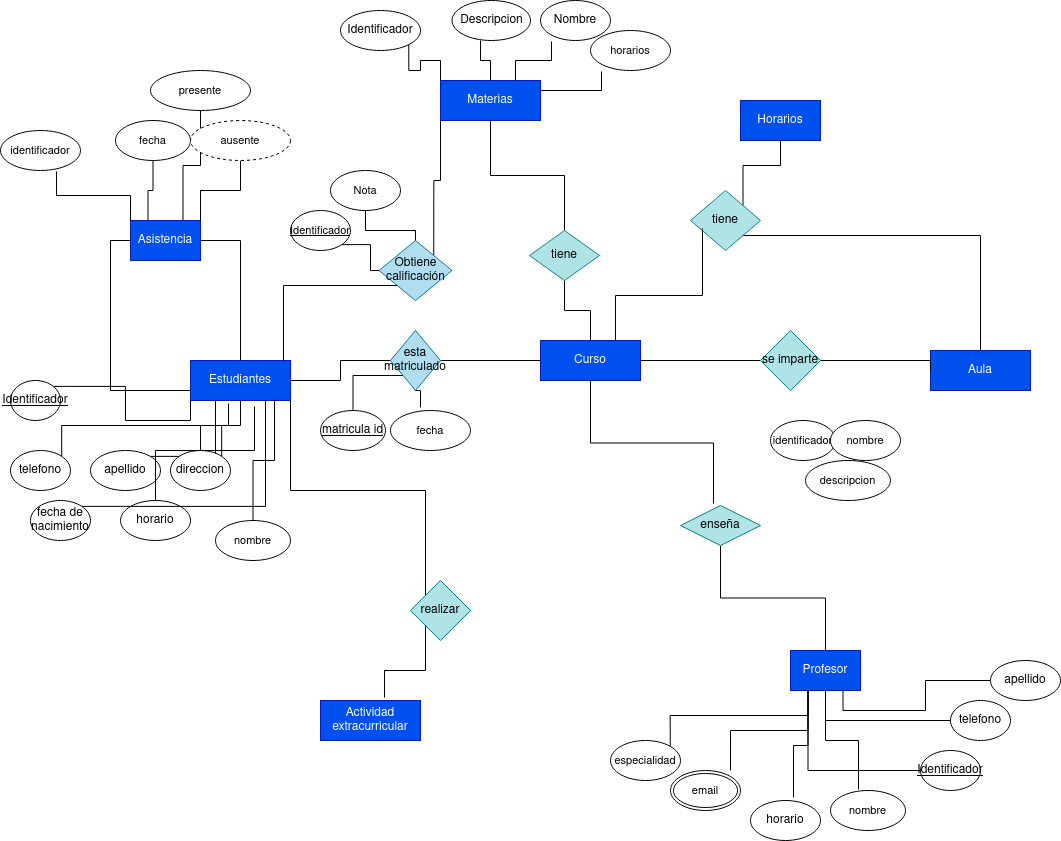
CRhernandez1/base-datos keeps this draw.io diagram as Unidad-1/Tareas/Tareas entregables - Tarea 1/Tarea entregable - 1.drawio.png. Above is the earlier version. Source tidied: cells renumbered, new cells last; positions are measured from the earlier drawing's top-left corner, leaving out a move shared by most shapes.
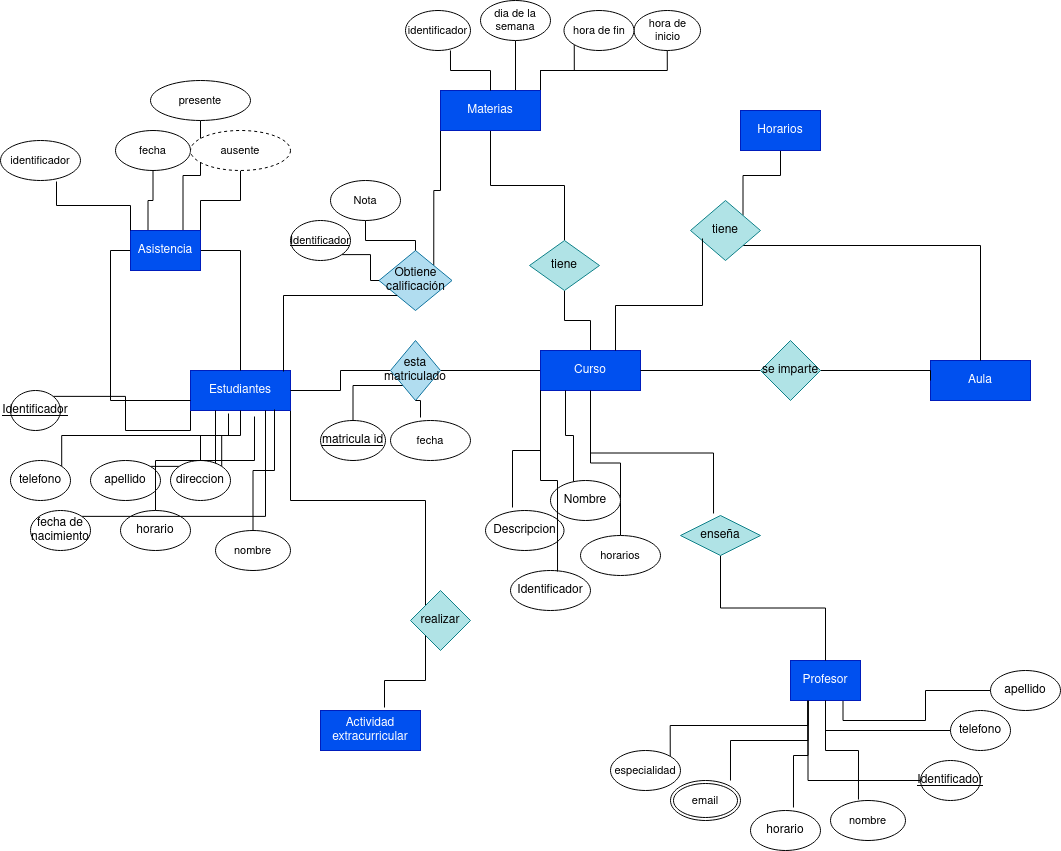
The same file after the commit.

What changed in the source:
```diff
@@ -8,6 +8,9 @@
     <mxCell id="3" style="edgeStyle=orthogonalEdgeStyle;rounded=0;jettySize=auto;html=1;exitX=0.5;exitY=0;exitDx=0;exitDy=0;entryX=0.5;entryY=1;entryDx=0;entryDy=0;endArrow=none;endFill=0;" parent="1" edge="1" source="4" target="20">
       <mxGeometry relative="1" as="geometry" />
     </mxCell>
+    <mxCell id="90" style="edgeStyle=orthogonalEdgeStyle;shape=connector;rounded=0;jettySize=auto;html=1;exitX=0.5;exitY=1;exitDx=0;exitDy=0;entryX=0.5;entryY=0;entryDx=0;entryDy=0;labelBackgroundColor=default;strokeColor=default;align=center;verticalAlign=middle;fontFamily=Helvetica;fontSize=11;fontColor=default;endArrow=none;endFill=0;" parent="1" edge="1" source="4" target="85">
+      <mxGeometry relative="1" as="geometry" />
+    </mxCell>
     <mxCell id="4" value="Curso" style="whiteSpace=wrap;html=1;align=center;fillColor=#0050ef;strokeColor=#001DBC;fontColor=#ffffff;" parent="1" vertex="1">
       <mxGeometry x="540" y="340" width="100" height="40" as="geometry" />
     </mxCell>
@@ -62,9 +65,15 @@
     <mxCell id="21" style="edgeStyle=orthogonalEdgeStyle;rounded=0;jettySize=auto;html=1;exitX=0;exitY=1;exitDx=0;exitDy=0;entryX=1;entryY=0;entryDx=0;entryDy=0;endArrow=none;endFill=0;" parent="1" edge="1" source="23" target="43">
       <mxGeometry relative="1" as="geometry" />
     </mxCell>
-    <mxCell id="22" style="edgeStyle=orthogonalEdgeStyle;rounded=0;jettySize=auto;html=1;exitX=0;exitY=0;exitDx=0;exitDy=0;entryX=1;entryY=1;entryDx=0;entryDy=0;endArrow=none;endFill=0;" parent="1" edge="1" source="23" target="49">
-      <mxGeometry relative="1" as="geometry" />
-    </mxCell>
+    <mxCell id="91" style="edgeStyle=orthogonalEdgeStyle;shape=connector;rounded=0;jettySize=auto;html=1;exitX=0.75;exitY=0;exitDx=0;exitDy=0;entryX=0.5;entryY=1;entryDx=0;entryDy=0;labelBackgroundColor=default;strokeColor=default;align=center;verticalAlign=middle;fontFamily=Helvetica;fontSize=11;fontColor=default;endArrow=none;endFill=0;" parent="1" edge="1" source="23" target="88">
+      <mxGeometry relative="1" as="geometry" />
+    </mxCell>
+    <mxCell id="92" style="edgeStyle=orthogonalEdgeStyle;shape=connector;rounded=0;jettySize=auto;html=1;exitX=1;exitY=0;exitDx=0;exitDy=0;entryX=0;entryY=1;entryDx=0;entryDy=0;labelBackgroundColor=default;strokeColor=default;align=center;verticalAlign=middle;fontFamily=Helvetica;fontSize=11;fontColor=default;endArrow=none;endFill=0;" parent="1" edge="1" source="23" target="97">
+      <mxGeometry relative="1" as="geometry" />
+    </mxCell>
+    <mxCell id="93" style="edgeStyle=orthogonalEdgeStyle;shape=connector;rounded=0;jettySize=auto;html=1;exitX=1;exitY=0;exitDx=0;exitDy=0;entryX=0.5;entryY=1;entryDx=0;entryDy=0;labelBackgroundColor=default;strokeColor=default;align=center;verticalAlign=middle;fontFamily=Helvetica;fontSize=11;fontColor=default;endArrow=none;endFill=0;" parent="1" edge="1" source="23" target="86">
+      <mxGeometry relative="1" as="geometry" />
+    </mxCell>
     <mxCell id="23" value="Materias" style="whiteSpace=wrap;html=1;align=center;fillColor=#0050ef;strokeColor=#001DBC;fontColor=#ffffff;" parent="1" vertex="1">
       <mxGeometry x="440" y="80" width="100" height="40" as="geometry" />
     </mxCell>
@@ -153,7 +162,7 @@
       <mxGeometry x="10" y="380" width="50" height="40" as="geometry" />
     </mxCell>
     <mxCell id="49" value="Identificador" style="ellipse;whiteSpace=wrap;html=1;align=center;" parent="1" vertex="1">
-      <mxGeometry x="340" y="10" width="80" height="40" as="geometry" />
+      <mxGeometry x="510" y="560" width="80" height="40" as="geometry" />
     </mxCell>
     <mxCell id="50" value="horario" style="ellipse;whiteSpace=wrap;html=1;align=center;" parent="1" vertex="1">
       <mxGeometry x="120" y="500" width="70" height="40" as="geometry" />
@@ -222,17 +231,11 @@
       <mxGeometry relative="1" as="geometry" />
     </mxCell>
     <mxCell id="72" value="Nombre" style="ellipse;whiteSpace=wrap;html=1;align=center;" parent="1" vertex="1">
-      <mxGeometry x="540" width="70" height="40" as="geometry" />
+      <mxGeometry x="550" y="470" width="70" height="40" as="geometry" />
     </mxCell>
     <mxCell id="73" value="Descripcion" style="ellipse;whiteSpace=wrap;html=1;align=center;" parent="1" vertex="1">
-      <mxGeometry x="451.5" width="78.5" height="40" as="geometry" />
+      <mxGeometry x="485" y="500" width="78.5" height="40" as="geometry" />
     </mxCell>
-    <mxCell id="74" style="edgeStyle=orthogonalEdgeStyle;rounded=0;jettySize=auto;html=1;exitX=0.5;exitY=0;exitDx=0;exitDy=0;entryX=0.363;entryY=1;entryDx=0;entryDy=0;entryPerimeter=0;endArrow=none;endFill=0;" parent="1" edge="1" source="23" target="73">
-      <mxGeometry relative="1" as="geometry" />
-    </mxCell>
-    <mxCell id="75" style="edgeStyle=orthogonalEdgeStyle;rounded=0;jettySize=auto;html=1;exitX=0.75;exitY=0;exitDx=0;exitDy=0;entryX=0.157;entryY=1.025;entryDx=0;entryDy=0;entryPerimeter=0;endArrow=none;endFill=0;" parent="1" edge="1" source="23" target="72">
-      <mxGeometry relative="1" as="geometry" />
-    </mxCell>
     <mxCell id="76" style="edgeStyle=orthogonalEdgeStyle;shape=connector;rounded=0;jettySize=auto;html=1;exitX=0.5;exitY=1;exitDx=0;exitDy=0;labelBackgroundColor=default;strokeColor=default;align=center;verticalAlign=middle;fontFamily=Helvetica;fontSize=11;fontColor=default;endArrow=none;endFill=0;" parent="1" edge="1" source="77" target="43">
       <mxGeometry relative="1" as="geometry" />
     </mxCell>
@@ -261,19 +264,31 @@
       <mxGeometry x="190" y="120" width="100" height="40" as="geometry" />
     </mxCell>
     <mxCell id="85" value="horarios" style="ellipse;whiteSpace=wrap;html=1;align=center;fontFamily=Helvetica;fontSize=11;fontColor=default;" parent="1" vertex="1">
-      <mxGeometry x="590" y="30" width="80" height="40" as="geometry" />
+      <mxGeometry x="580" y="525" width="80" height="40" as="geometry" />
     </mxCell>
-    <mxCell id="86" value="descripcion" style="ellipse;whiteSpace=wrap;html=1;align=center;fontFamily=Helvetica;fontSize=11;fontColor=default;" parent="1" vertex="1">
-      <mxGeometry x="805" y="460" width="85" height="40" as="geometry" />
+    <mxCell id="86" value="hora de inicio" style="ellipse;whiteSpace=wrap;html=1;align=center;fontFamily=Helvetica;fontSize=11;fontColor=default;" parent="1" vertex="1">
+      <mxGeometry x="633.5" width="66.5" height="40" as="geometry" />
     </mxCell>
     <mxCell id="87" value="identificador" style="ellipse;whiteSpace=wrap;html=1;align=center;fontFamily=Helvetica;fontSize=11;fontColor=default;" parent="1" vertex="1">
-      <mxGeometry x="770" y="420" width="65" height="40" as="geometry" />
+      <mxGeometry x="405" width="65" height="40" as="geometry" />
     </mxCell>
-    <mxCell id="88" value="nombre" style="ellipse;whiteSpace=wrap;html=1;align=center;fontFamily=Helvetica;fontSize=11;fontColor=default;" parent="1" vertex="1">
-      <mxGeometry x="830" y="420" width="70" height="40" as="geometry" />
+    <mxCell id="88" value="dia de la semana " style="ellipse;whiteSpace=wrap;html=1;align=center;fontFamily=Helvetica;fontSize=11;fontColor=default;" parent="1" vertex="1">
+      <mxGeometry x="480" y="-10" width="70" height="40" as="geometry" />
     </mxCell>
-    <mxCell id="89" style="edgeStyle=orthogonalEdgeStyle;shape=connector;rounded=0;jettySize=auto;html=1;exitX=1;exitY=0.25;exitDx=0;exitDy=0;entryX=0.138;entryY=1.025;entryDx=0;entryDy=0;entryPerimeter=0;labelBackgroundColor=default;strokeColor=default;align=center;verticalAlign=middle;fontFamily=Helvetica;fontSize=11;fontColor=default;endArrow=none;endFill=0;" parent="1" edge="1" source="23" target="85">
-      <mxGeometry relative="1" as="geometry" />
-    </mxCell>
+    <mxCell id="94" style="edgeStyle=orthogonalEdgeStyle;shape=connector;rounded=0;jettySize=auto;html=1;exitX=0;exitY=1;exitDx=0;exitDy=0;entryX=0.344;entryY=-0.075;entryDx=0;entryDy=0;entryPerimeter=0;labelBackgroundColor=default;strokeColor=default;align=center;verticalAlign=middle;fontFamily=Helvetica;fontSize=11;fontColor=default;endArrow=none;endFill=0;" parent="1" edge="1" source="4" target="73">
+      <mxGeometry relative="1" as="geometry" />
+    </mxCell>
+    <mxCell id="95" style="edgeStyle=orthogonalEdgeStyle;shape=connector;rounded=0;jettySize=auto;html=1;exitX=0.25;exitY=1;exitDx=0;exitDy=0;entryX=0.329;entryY=0.025;entryDx=0;entryDy=0;entryPerimeter=0;labelBackgroundColor=default;strokeColor=default;align=center;verticalAlign=middle;fontFamily=Helvetica;fontSize=11;fontColor=default;endArrow=none;endFill=0;" parent="1" edge="1" source="4" target="72">
+      <mxGeometry relative="1" as="geometry" />
+    </mxCell>
+    <mxCell id="96" style="edgeStyle=orthogonalEdgeStyle;shape=connector;rounded=0;jettySize=auto;html=1;exitX=0;exitY=1;exitDx=0;exitDy=0;entryX=0.588;entryY=0.025;entryDx=0;entryDy=0;entryPerimeter=0;labelBackgroundColor=default;strokeColor=default;align=center;verticalAlign=middle;fontFamily=Helvetica;fontSize=11;fontColor=default;endArrow=none;endFill=0;" parent="1" edge="1" source="4" target="49">
+      <mxGeometry relative="1" as="geometry" />
+    </mxCell>
+    <mxCell id="97" value="hora de fin" style="ellipse;whiteSpace=wrap;html=1;align=center;fontFamily=Helvetica;fontSize=11;fontColor=default;" parent="1" vertex="1">
+      <mxGeometry x="563.5" width="70" height="40" as="geometry" />
+    </mxCell>
+    <mxCell id="98" style="edgeStyle=orthogonalEdgeStyle;shape=connector;rounded=0;jettySize=auto;html=1;exitX=0.5;exitY=0;exitDx=0;exitDy=0;entryX=0.692;entryY=1;entryDx=0;entryDy=0;entryPerimeter=0;labelBackgroundColor=default;strokeColor=default;align=center;verticalAlign=middle;fontFamily=Helvetica;fontSize=11;fontColor=default;endArrow=none;endFill=0;" parent="1" edge="1" source="23" target="87">
+      <mxGeometry relative="1" as="geometry" />
+    </mxCell>
   </root>
 </mxGraphModel>
```
